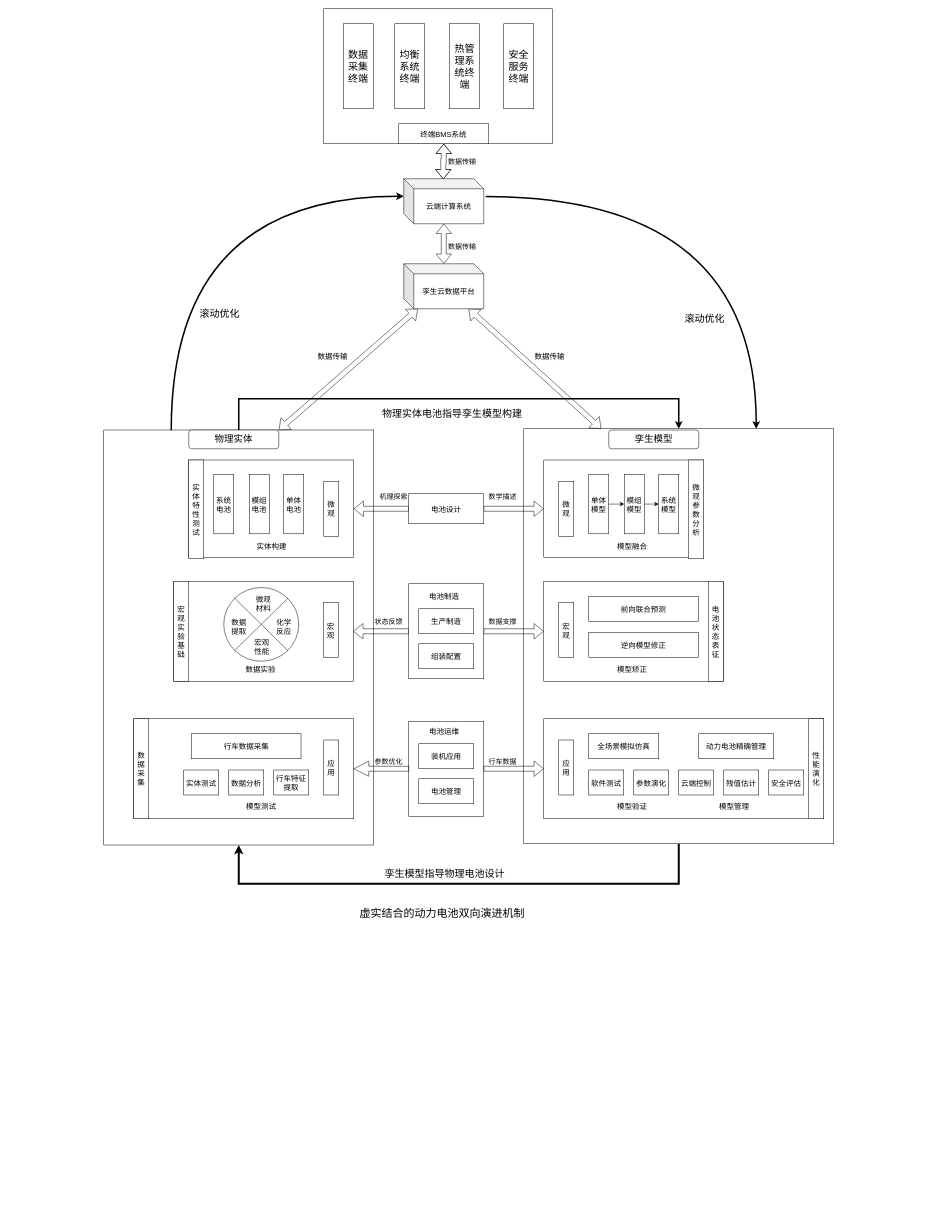
iamlivehaha/Custom_Robot keeps this draw.io diagram as Digital Twin Power Battery.drawio. Above is the earlier version. Source tidied: cells renumbered, new cells numbered last; positions are measured from the earlier drawing's top-left corner, leaving out a move shared by most shapes. Both pictures are drawn from the tidied source at 50%, with x=0, y=0 at pixel (104, 8).
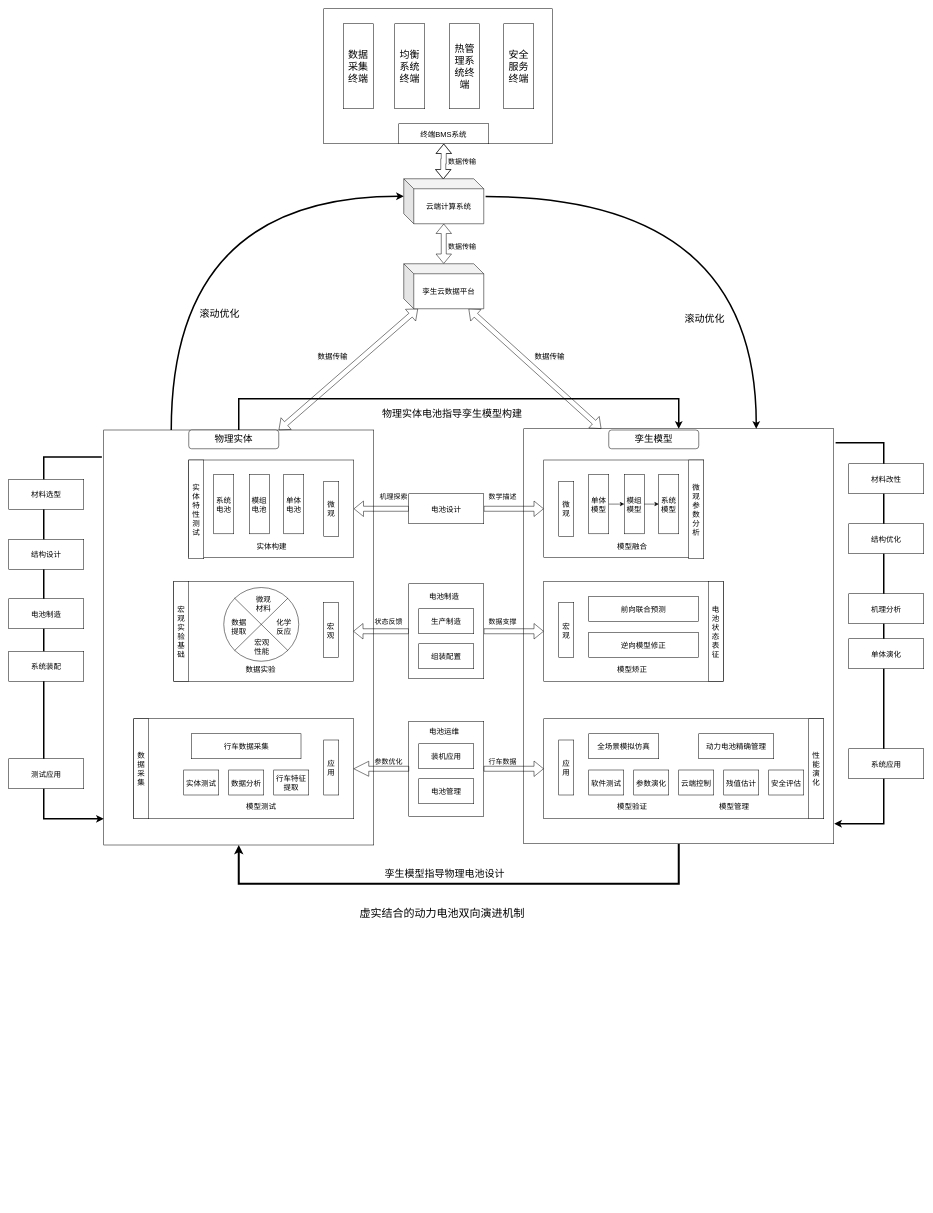
The same page after the edit.

Unchanged cells that the change refers to:
```xml
<mxCell id="5" style="rounded=0;whiteSpace=wrap;html=1;" parent="1" vertex="1">
  <mxGeometry y="842.5" width="540" height="830" as="geometry" />
</mxCell>
<mxCell id="16" style="rounded=0;whiteSpace=wrap;html=1;" parent="1" vertex="1">
  <mxGeometry x="840" y="840" width="620" height="830" as="geometry" />
</mxCell>
```

The edit, as a diff of the source:
```diff
@@
+    <mxCell id="111" style="edgeStyle=orthogonalEdgeStyle;rounded=0;jettySize=auto;html=1;strokeWidth=3;exitX=1.006;exitY=0.034;exitDx=0;exitDy=0;exitPerimeter=0;" parent="1" edge="1" source="16">
+      <mxGeometry relative="1" as="geometry">
+        <mxPoint x="1461" y="1630" as="targetPoint" />
+        <Array as="points">
+          <mxPoint x="1560" y="868" />
+          <mxPoint x="1560" y="1630" />
+          <mxPoint x="1461" y="1630" />
+        </Array>
+      </mxGeometry>
+    </mxCell>
+    <mxCell id="112" value="&lt;font style=&quot;font-size: 15px;&quot;&gt;材料改性&lt;/font&gt;" style="rounded=0;whiteSpace=wrap;html=1;" parent="1" vertex="1">
+      <mxGeometry x="1490" y="910" width="150" height="60" as="geometry" />
+    </mxCell>
+    <mxCell id="113" value="&lt;font style=&quot;font-size: 15px;&quot;&gt;结构优化&lt;/font&gt;" style="rounded=0;whiteSpace=wrap;html=1;" parent="1" vertex="1">
+      <mxGeometry x="1490" y="1030" width="150" height="60" as="geometry" />
+    </mxCell>
+    <mxCell id="114" value="&lt;font style=&quot;font-size: 15px;&quot;&gt;机理分析&lt;/font&gt;" style="rounded=0;whiteSpace=wrap;html=1;" parent="1" vertex="1">
+      <mxGeometry x="1490" y="1170" width="150" height="60" as="geometry" />
+    </mxCell>
+    <mxCell id="115" value="&lt;font style=&quot;font-size: 15px;&quot;&gt;单体演化&lt;/font&gt;" style="rounded=0;whiteSpace=wrap;html=1;" parent="1" vertex="1">
+      <mxGeometry x="1490" y="1260" width="150" height="60" as="geometry" />
+    </mxCell>
+    <mxCell id="116" value="&lt;font style=&quot;font-size: 15px;&quot;&gt;系统应用&lt;/font&gt;" style="rounded=0;whiteSpace=wrap;html=1;" parent="1" vertex="1">
+      <mxGeometry x="1490" y="1480" width="150" height="60" as="geometry" />
+    </mxCell>
+    <mxCell id="117" style="edgeStyle=orthogonalEdgeStyle;rounded=0;orthogonalLoop=1;jettySize=auto;html=1;strokeWidth=3;exitX=-0.007;exitY=0.065;exitDx=0;exitDy=0;exitPerimeter=0;entryX=0;entryY=0.937;entryDx=0;entryDy=0;entryPerimeter=0;" parent="1" edge="1" source="5" target="5">
+      <mxGeometry relative="1" as="geometry">
+        <Array as="points">
+          <mxPoint x="-120" y="896" />
+          <mxPoint x="-120" y="1620" />
+        </Array>
+      </mxGeometry>
+    </mxCell>
+    <mxCell id="118" value="&lt;font style=&quot;font-size: 15px;&quot;&gt;材料选型&lt;/font&gt;" style="rounded=0;whiteSpace=wrap;html=1;" parent="1" vertex="1">
+      <mxGeometry x="-190" y="941.2" width="150" height="60" as="geometry" />
+    </mxCell>
+    <mxCell id="119" value="&lt;font style=&quot;font-size: 15px;&quot;&gt;结构设计&lt;/font&gt;" style="rounded=0;whiteSpace=wrap;html=1;" parent="1" vertex="1">
+      <mxGeometry x="-190" y="1061.2" width="150" height="60" as="geometry" />
+    </mxCell>
+    <mxCell id="120" value="&lt;font style=&quot;font-size: 15px;&quot;&gt;电池制造&lt;/font&gt;" style="rounded=0;whiteSpace=wrap;html=1;" parent="1" vertex="1">
+      <mxGeometry x="-190" y="1180" width="150" height="60" as="geometry" />
+    </mxCell>
+    <mxCell id="121" value="&lt;font style=&quot;font-size: 15px;&quot;&gt;系统装配&lt;/font&gt;" style="rounded=0;whiteSpace=wrap;html=1;" parent="1" vertex="1">
+      <mxGeometry x="-190" y="1285" width="150" height="60" as="geometry" />
+    </mxCell>
+    <mxCell id="122" value="&lt;span style=&quot;font-size: 15px;&quot;&gt;测试应用&lt;/span&gt;" style="rounded=0;whiteSpace=wrap;html=1;" parent="1" vertex="1">
+      <mxGeometry x="-190" y="1500" width="150" height="60" as="geometry" />
+    </mxCell>
```
